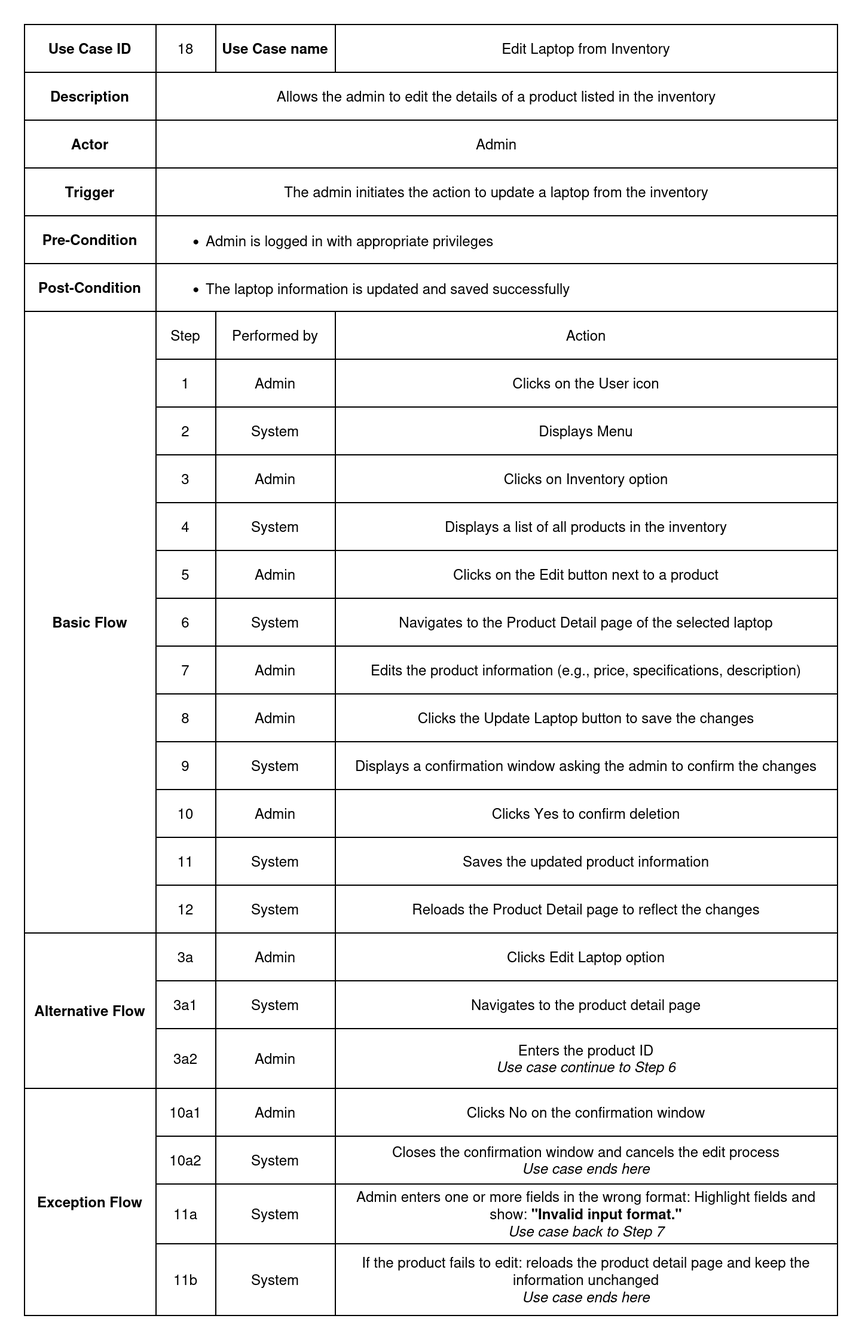
The draw.io diagram documentation/Images/usecase_metadata_card/uc_18_edit_laptop_from_inventory.drawio.png in auphong2707/itse-laptopshop-management-web-application, before a commit. Source tidied: cells renumbered, new cells last; positions are measured from the earlier drawing's top-left corner, leaving out a move shared by most shapes.
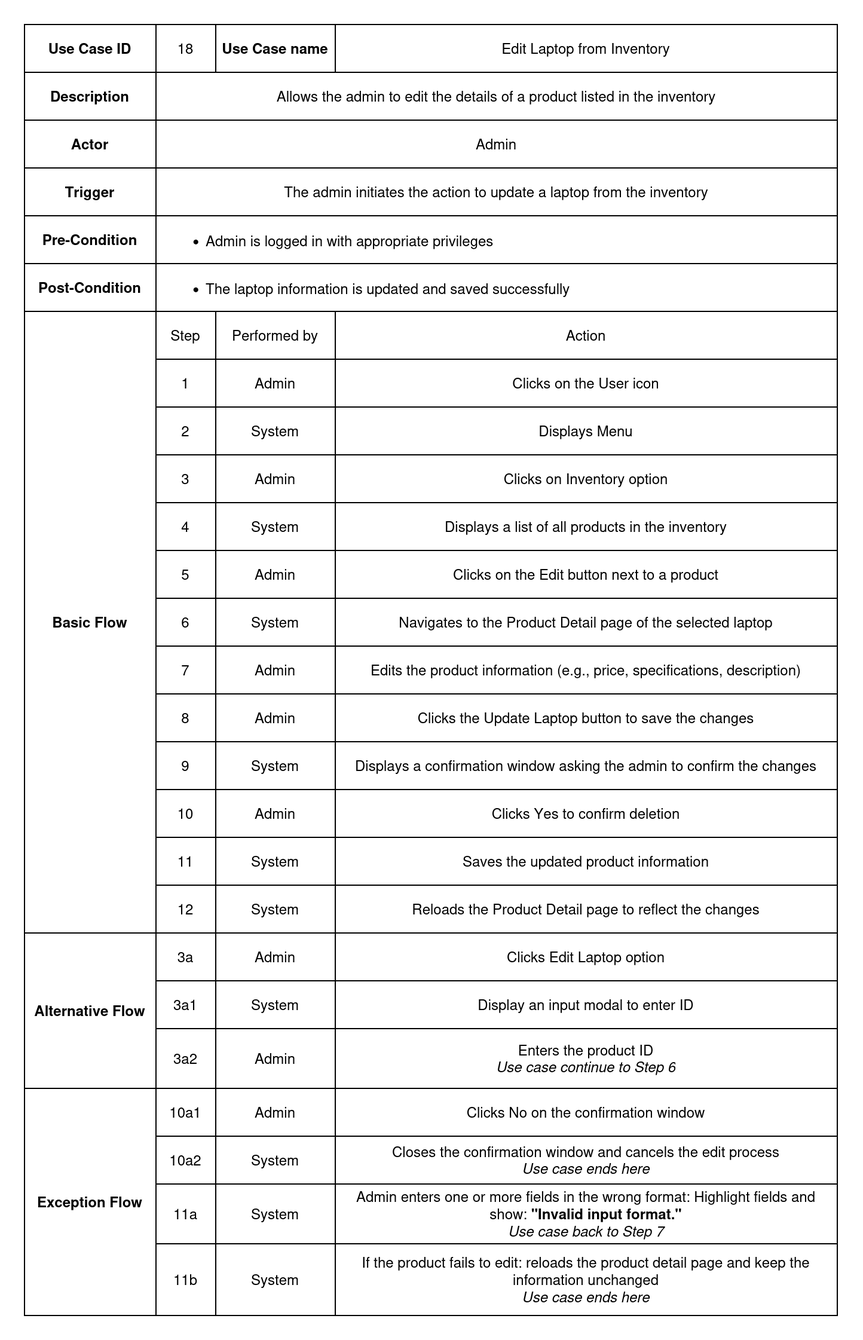
The same diagram one commit later.

What changed in the source:
```diff
@@ -248,7 +248,7 @@
     <mxCell id="83" value="System" style="shape=partialRectangle;html=1;whiteSpace=wrap;strokeColor=inherit;overflow=hidden;fillColor=none;top=0;left=0;bottom=0;right=0;" parent="81" vertex="1">
       <mxGeometry x="160" width="100" height="40" as="geometry" />
     </mxCell>
-    <mxCell id="84" value="Navigates to the product detail page" style="shape=partialRectangle;html=1;whiteSpace=wrap;strokeColor=inherit;overflow=hidden;fillColor=none;top=0;left=0;bottom=0;right=0;" parent="81" vertex="1">
+    <mxCell id="84" value="Display an input modal to enter ID" style="shape=partialRectangle;html=1;whiteSpace=wrap;strokeColor=inherit;overflow=hidden;fillColor=none;top=0;left=0;bottom=0;right=0;" parent="81" vertex="1">
       <mxGeometry x="260" width="420" height="40" as="geometry" />
     </mxCell>
     <mxCell id="85" style="shape=tableRow;horizontal=0;startSize=0;swimlaneHead=0;swimlaneBody=0;strokeColor=inherit;top=0;left=0;bottom=0;right=0;fillColor=none;" parent="2" vertex="1">
```
